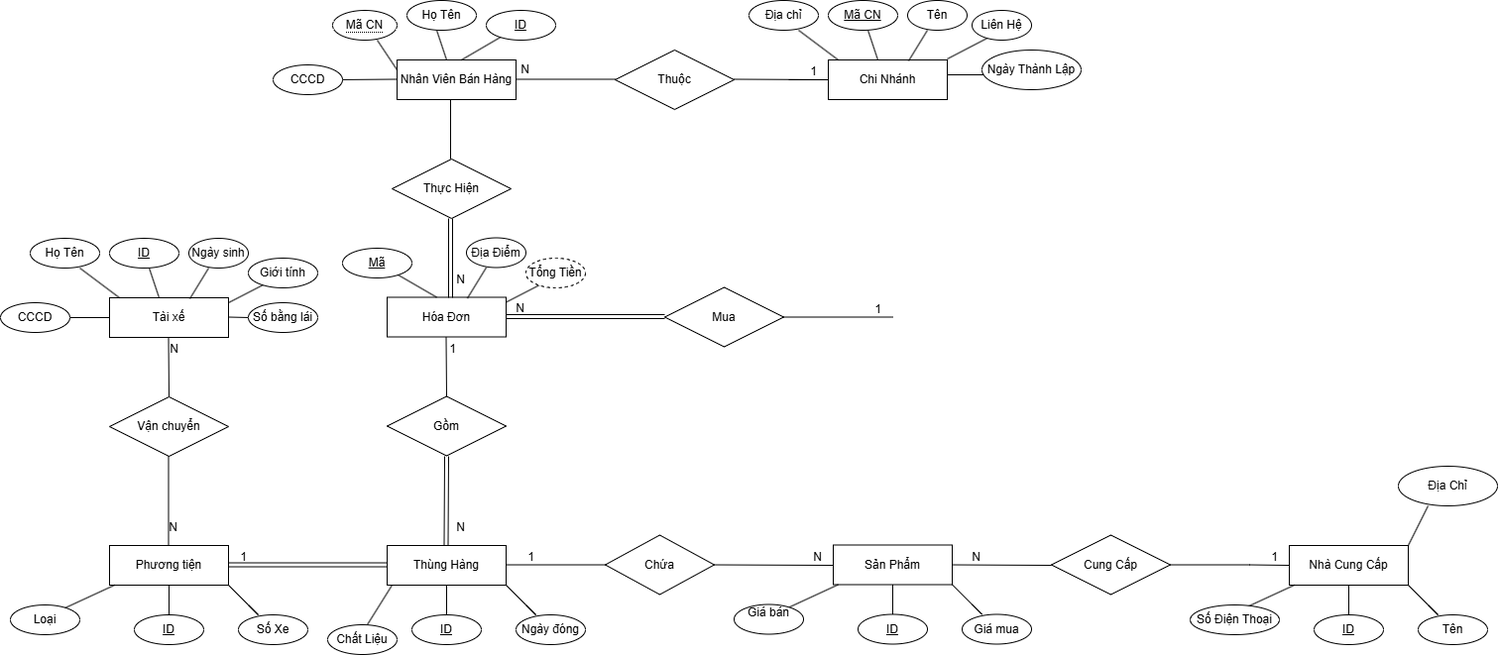
Before: Biểu đồ không có tiêu đề.drawio.png, a diagram exported from draw.io (Dungnony/08-03). Source tidied: cells renumbered, new cells last; positions are measured from the earlier drawing's top-left corner, leaving out a move shared by most shapes.
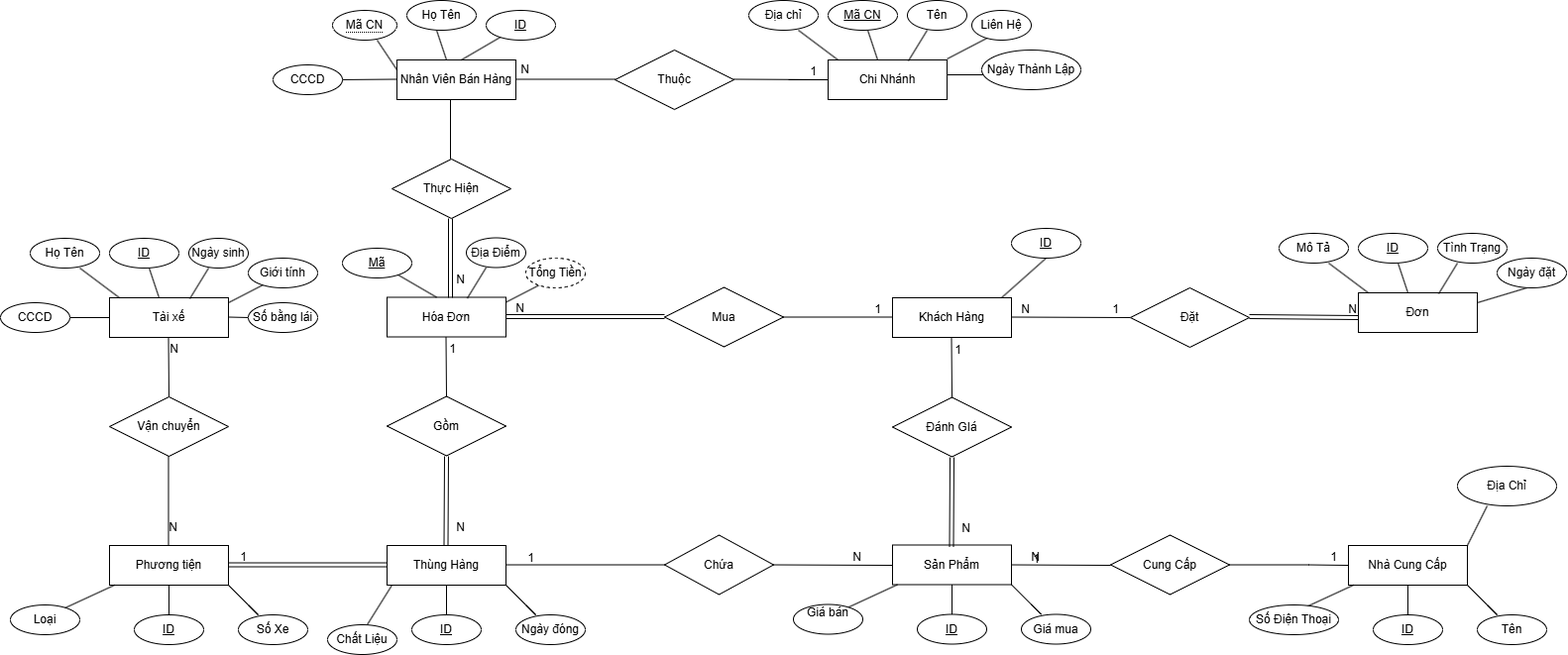
The same diagram one commit later.

Commit message:
Cập nhật Biểu đồ không có tiêu đề.drawio.png

What changed in the source:
```diff
@@ -163,59 +163,58 @@
     </mxCell>
     <mxCell id="38" value="1" style="html=1;whiteSpace=wrap;align=right;verticalAlign=bottom;" parent="37" vertex="1">
       <mxGeometry x="1" relative="1" as="geometry">
-        <mxPoint x="-70" as="offset" />
+        <mxPoint x="-130" y="1" as="offset" />
       </mxGeometry>
     </mxCell>
     <mxCell id="39" value="Chứa" style="shape=rhombus;perimeter=rhombusPerimeter;whiteSpace=wrap;html=1;align=center;" parent="1" vertex="1">
-      <mxGeometry x="610" y="539.5" width="110" height="60" as="geometry" />
+      <mxGeometry x="670" y="539.5" width="110" height="60" as="geometry" />
     </mxCell>
-    <mxCell id="40" style="endArrow=none;html=1;rounded=0;" parent="1" edge="1">
+    <mxCell id="40" style="endArrow=none;html=1;rounded=0;exitX=1;exitY=0.5;exitDx=0;exitDy=0;" parent="1" edge="1" source="39">
       <mxGeometry relative="1" as="geometry">
-        <mxPoint x="720" y="569.5" as="sourcePoint" />
-        <mxPoint x="840" y="570" as="targetPoint" />
+        <mxPoint x="900" y="570" as="targetPoint" />
       </mxGeometry>
     </mxCell>
     <mxCell id="41" value="N" style="html=1;whiteSpace=wrap;align=right;verticalAlign=bottom;" parent="40" vertex="1">
       <mxGeometry x="1" relative="1" as="geometry">
-        <mxPoint x="-10" as="offset" />
+        <mxPoint x="-30" as="offset" />
       </mxGeometry>
     </mxCell>
     <mxCell id="42" value="Sản Phẩm" style="rounded=0;whiteSpace=wrap;html=1;" parent="1" vertex="1">
-      <mxGeometry x="840" y="549.5" width="120" height="40" as="geometry" />
+      <mxGeometry x="900" y="549.5" width="120" height="40" as="geometry" />
     </mxCell>
     <mxCell id="43" style="endArrow=none;html=1;rounded=0;" parent="1" edge="1">
       <mxGeometry relative="1" as="geometry">
-        <mxPoint x="780" y="619.5" as="sourcePoint" />
-        <mxPoint x="845" y="589.5" as="targetPoint" />
+        <mxPoint x="840" y="619.5" as="sourcePoint" />
+        <mxPoint x="905" y="589.5" as="targetPoint" />
       </mxGeometry>
     </mxCell>
     <mxCell id="44" value="Giá bán&lt;div&gt;&lt;br&gt;&lt;/div&gt;" style="ellipse;whiteSpace=wrap;html=1;align=center;" parent="1" vertex="1">
-      <mxGeometry x="740" y="609.5" width="70" height="30" as="geometry" />
+      <mxGeometry x="800" y="609.5" width="70" height="30" as="geometry" />
     </mxCell>
     <mxCell id="45" style="endArrow=none;html=1;rounded=0;entryX=0.5;entryY=1;entryDx=0;entryDy=0;" parent="1" edge="1" target="42">
       <mxGeometry relative="1" as="geometry">
-        <mxPoint x="900" y="619.5" as="sourcePoint" />
+        <mxPoint x="960" y="619.5" as="sourcePoint" />
       </mxGeometry>
     </mxCell>
     <mxCell id="46" value="ID" style="ellipse;whiteSpace=wrap;html=1;align=center;fontStyle=4;" parent="1" vertex="1">
-      <mxGeometry x="865" y="619.5" width="70" height="30" as="geometry" />
+      <mxGeometry x="925" y="619.5" width="70" height="30" as="geometry" />
     </mxCell>
     <mxCell id="47" style="endArrow=none;html=1;rounded=0;entryX=1;entryY=1;entryDx=0;entryDy=0;" parent="1" edge="1" target="42">
       <mxGeometry relative="1" as="geometry">
-        <mxPoint x="980" y="609.5" as="sourcePoint" />
+        <mxPoint x="1040" y="609.5" as="sourcePoint" />
         <Array as="points">
-          <mxPoint x="990" y="619.5" />
-          <mxPoint x="980" y="609.5" />
+          <mxPoint x="1050" y="619.5" />
+          <mxPoint x="1040" y="609.5" />
         </Array>
       </mxGeometry>
     </mxCell>
     <mxCell id="48" value="Giá mua" style="ellipse;whiteSpace=wrap;html=1;align=center;" parent="1" vertex="1">
-      <mxGeometry x="970" y="619.5" width="70" height="30" as="geometry" />
+      <mxGeometry x="1030" y="619.5" width="70" height="30" as="geometry" />
     </mxCell>
     <mxCell id="49" style="endArrow=none;html=1;rounded=0;" parent="1" edge="1">
       <mxGeometry relative="1" as="geometry">
-        <mxPoint x="960" y="569.5" as="sourcePoint" />
-        <mxPoint x="1060" y="570" as="targetPoint" />
+        <mxPoint x="1020" y="569.5" as="sourcePoint" />
+        <mxPoint x="1120" y="570" as="targetPoint" />
       </mxGeometry>
     </mxCell>
     <mxCell id="50" value="N" style="html=1;whiteSpace=wrap;align=right;verticalAlign=bottom;" parent="49" vertex="1">
@@ -224,14 +223,14 @@
       </mxGeometry>
     </mxCell>
     <mxCell id="51" value="Cung Cấp" style="shape=rhombus;perimeter=rhombusPerimeter;whiteSpace=wrap;html=1;align=center;" parent="1" vertex="1">
-      <mxGeometry x="1060" y="539.5" width="120" height="60" as="geometry" />
+      <mxGeometry x="1120" y="539.5" width="120" height="60" as="geometry" />
     </mxCell>
     <mxCell id="52" style="endArrow=none;html=1;rounded=0;" parent="1" edge="1">
       <mxGeometry relative="1" as="geometry">
-        <mxPoint x="1180" y="569.5" as="sourcePoint" />
-        <mxPoint x="1300" y="570" as="targetPoint" />
+        <mxPoint x="1240" y="569.5" as="sourcePoint" />
+        <mxPoint x="1360" y="570" as="targetPoint" />
         <Array as="points">
-          <mxPoint x="1260" y="569.5" />
+          <mxPoint x="1320" y="569.5" />
         </Array>
       </mxGeometry>
     </mxCell>
@@ -241,47 +240,47 @@
       </mxGeometry>
     </mxCell>
     <mxCell id="54" style="html=1;whiteSpace=wrap;align=right;verticalAlign=bottom;" parent="1" vertex="1">
-      <mxGeometry x="1369.5" y="540" as="geometry" />
+      <mxGeometry x="1429.5" y="540" as="geometry" />
     </mxCell>
     <mxCell id="55" value="Nhà Cung Cấp" style="rounded=0;whiteSpace=wrap;html=1;" parent="1" vertex="1">
-      <mxGeometry x="1300" y="550" width="120" height="40" as="geometry" />
+      <mxGeometry x="1360" y="550" width="120" height="40" as="geometry" />
     </mxCell>
     <mxCell id="56" style="endArrow=none;html=1;rounded=0;" parent="1" edge="1">
       <mxGeometry relative="1" as="geometry">
-        <mxPoint x="1240" y="620" as="sourcePoint" />
-        <mxPoint x="1305" y="590" as="targetPoint" />
+        <mxPoint x="1300" y="620" as="sourcePoint" />
+        <mxPoint x="1365" y="590" as="targetPoint" />
       </mxGeometry>
     </mxCell>
     <mxCell id="57" value="Số Điện Thoại" style="ellipse;whiteSpace=wrap;html=1;align=center;" parent="1" vertex="1">
-      <mxGeometry x="1200" y="610" width="90" height="30" as="geometry" />
+      <mxGeometry x="1260" y="610" width="90" height="30" as="geometry" />
     </mxCell>
     <mxCell id="58" style="endArrow=none;html=1;rounded=0;entryX=0.5;entryY=1;entryDx=0;entryDy=0;" parent="1" edge="1" target="55">
       <mxGeometry relative="1" as="geometry">
-        <mxPoint x="1360" y="620" as="sourcePoint" />
+        <mxPoint x="1420" y="620" as="sourcePoint" />
       </mxGeometry>
     </mxCell>
     <mxCell id="59" value="ID" style="ellipse;whiteSpace=wrap;html=1;align=center;fontStyle=4;" parent="1" vertex="1">
-      <mxGeometry x="1325" y="620" width="70" height="30" as="geometry" />
+      <mxGeometry x="1385" y="620" width="70" height="30" as="geometry" />
     </mxCell>
     <mxCell id="60" style="endArrow=none;html=1;rounded=0;entryX=1;entryY=1;entryDx=0;entryDy=0;" parent="1" edge="1" target="55">
       <mxGeometry relative="1" as="geometry">
-        <mxPoint x="1440" y="610" as="sourcePoint" />
+        <mxPoint x="1500" y="610" as="sourcePoint" />
         <Array as="points">
-          <mxPoint x="1450" y="620" />
-          <mxPoint x="1440" y="610" />
+          <mxPoint x="1510" y="620" />
+          <mxPoint x="1500" y="610" />
         </Array>
       </mxGeometry>
     </mxCell>
     <mxCell id="61" value="Tên" style="ellipse;whiteSpace=wrap;html=1;align=center;" parent="1" vertex="1">
-      <mxGeometry x="1430" y="620" width="70" height="30" as="geometry" />
+      <mxGeometry x="1490" y="620" width="70" height="30" as="geometry" />
     </mxCell>
     <mxCell id="62" value="Địa Chỉ" style="ellipse;whiteSpace=wrap;html=1;align=center;" parent="1" vertex="1">
-      <mxGeometry x="1410" y="470" width="100" height="40" as="geometry" />
+      <mxGeometry x="1470" y="470" width="100" height="40" as="geometry" />
     </mxCell>
     <mxCell id="63" style="endArrow=none;html=1;rounded=0;exitX=0.675;exitY=0.025;exitDx=0;exitDy=0;exitPerimeter=0;" parent="1" edge="1">
       <mxGeometry relative="1" as="geometry">
-        <mxPoint x="1420" y="550" as="sourcePoint" />
-        <mxPoint x="1440" y="510" as="targetPoint" />
+        <mxPoint x="1480" y="550" as="sourcePoint" />
+        <mxPoint x="1500" y="510" as="targetPoint" />
       </mxGeometry>
     </mxCell>
     <mxCell id="64" value="Hóa Đơn" style="rounded=0;whiteSpace=wrap;html=1;" parent="1" vertex="1">
@@ -502,5 +501,111 @@
         <mxPoint x="-10" as="offset" />
       </mxGeometry>
     </mxCell>
+    <mxCell id="112" value="Khách Hàng" style="rounded=0;whiteSpace=wrap;html=1;" parent="1" vertex="1">
+      <mxGeometry x="900" y="300" width="120" height="40" as="geometry" />
+    </mxCell>
+    <mxCell id="113" style="endArrow=none;html=1;rounded=0;" parent="1" edge="1">
+      <mxGeometry relative="1" as="geometry">
+        <mxPoint x="1010" y="300" as="sourcePoint" />
+        <mxPoint x="1055" y="260" as="targetPoint" />
+      </mxGeometry>
+    </mxCell>
+    <mxCell id="114" value="ID" style="ellipse;whiteSpace=wrap;html=1;align=center;fontStyle=4;" parent="1" vertex="1">
+      <mxGeometry x="1020" y="230" width="70" height="30" as="geometry" />
+    </mxCell>
+    <mxCell id="115" style="endArrow=none;html=1;rounded=0;" parent="1" edge="1">
+      <mxGeometry relative="1" as="geometry">
+        <mxPoint x="1020" y="319.5" as="sourcePoint" />
+        <mxPoint x="1140" y="320" as="targetPoint" />
+      </mxGeometry>
+    </mxCell>
+    <mxCell id="116" value="1" style="html=1;whiteSpace=wrap;align=right;verticalAlign=bottom;" parent="115" vertex="1">
+      <mxGeometry x="1" relative="1" as="geometry">
+        <mxPoint x="-10" as="offset" />
+      </mxGeometry>
+    </mxCell>
+    <mxCell id="117" value="Đặt" style="shape=rhombus;perimeter=rhombusPerimeter;whiteSpace=wrap;html=1;align=center;" parent="1" vertex="1">
+      <mxGeometry x="1140" y="290" width="120" height="60" as="geometry" />
+    </mxCell>
+    <mxCell id="118" style="shape=link;html=1;rounded=0;" parent="1" edge="1">
+      <mxGeometry relative="1" as="geometry">
+        <mxPoint x="1260" y="319" as="sourcePoint" />
+        <mxPoint x="1370" y="320" as="targetPoint" />
+      </mxGeometry>
+    </mxCell>
+    <mxCell id="119" value="N" style="html=1;whiteSpace=wrap;align=right;verticalAlign=bottom;" parent="118" vertex="1">
+      <mxGeometry x="1" relative="1" as="geometry" />
+    </mxCell>
+    <mxCell id="120" value="Đơn" style="rounded=0;whiteSpace=wrap;html=1;" parent="1" vertex="1">
+      <mxGeometry x="1370" y="295" width="120" height="40" as="geometry" />
+    </mxCell>
+    <mxCell id="121" style="endArrow=none;html=1;rounded=0;exitX=0.675;exitY=0.025;exitDx=0;exitDy=0;exitPerimeter=0;" parent="1" edge="1" source="120">
+      <mxGeometry relative="1" as="geometry">
+        <mxPoint x="1470" y="265" as="targetPoint" />
+      </mxGeometry>
+    </mxCell>
+    <mxCell id="122" value="Tình Trạng" style="ellipse;whiteSpace=wrap;html=1;align=center;rotation=0;" parent="1" vertex="1">
+      <mxGeometry x="1450" y="235" width="70" height="30" as="geometry" />
+    </mxCell>
+    <mxCell id="123" style="endArrow=none;html=1;rounded=0;" parent="1" edge="1">
+      <mxGeometry relative="1" as="geometry">
+        <mxPoint x="1380" y="295" as="sourcePoint" />
+        <mxPoint x="1340" y="265" as="targetPoint" />
+      </mxGeometry>
+    </mxCell>
+    <mxCell id="124" value="Mô Tả" style="ellipse;whiteSpace=wrap;html=1;align=center;" parent="1" vertex="1">
+      <mxGeometry x="1290" y="235" width="70" height="30" as="geometry" />
+    </mxCell>
+    <mxCell id="125" style="endArrow=none;html=1;rounded=0;" parent="1" edge="1" target="126">
+      <mxGeometry relative="1" as="geometry">
+        <mxPoint x="1420" y="295" as="sourcePoint" />
+      </mxGeometry>
+    </mxCell>
+    <mxCell id="126" value="ID" style="ellipse;whiteSpace=wrap;html=1;align=center;fontStyle=4;" parent="1" vertex="1">
+      <mxGeometry x="1370" y="235" width="70" height="30" as="geometry" />
+    </mxCell>
+    <mxCell id="127" style="endArrow=none;html=1;rounded=0;" parent="1" edge="1">
+      <mxGeometry relative="1" as="geometry">
+        <mxPoint x="1490" y="305" as="sourcePoint" />
+        <mxPoint x="1540" y="290" as="targetPoint" />
+      </mxGeometry>
+    </mxCell>
+    <mxCell id="128" value="Ngày đặt" style="ellipse;whiteSpace=wrap;html=1;align=center;" parent="1" vertex="1">
+      <mxGeometry x="1510" y="260" width="70" height="30" as="geometry" />
+    </mxCell>
+    <mxCell id="129" style="html=1;whiteSpace=wrap;align=right;verticalAlign=bottom;" parent="1" vertex="1">
+      <mxGeometry x="969.5" y="541" as="geometry" />
+    </mxCell>
+    <mxCell id="130" value="1" style="html=1;whiteSpace=wrap;align=right;verticalAlign=bottom;" parent="1" vertex="1">
+      <mxGeometry x="1050" y="571.5" as="geometry" />
+    </mxCell>
+    <mxCell id="131" style="endArrow=none;html=1;rounded=0;" parent="1" edge="1">
+      <mxGeometry relative="1" as="geometry">
+        <mxPoint x="960" y="400.5" as="sourcePoint" />
+        <mxPoint x="959.5" y="340.5" as="targetPoint" />
+      </mxGeometry>
+    </mxCell>
+    <mxCell id="132" value="1" style="html=1;whiteSpace=wrap;align=right;verticalAlign=bottom;" parent="131" vertex="1">
+      <mxGeometry x="1" relative="1" as="geometry">
+        <mxPoint x="11" y="20" as="offset" />
+      </mxGeometry>
+    </mxCell>
+    <mxCell id="133" value="Đánh GIá" style="shape=rhombus;perimeter=rhombusPerimeter;whiteSpace=wrap;html=1;align=center;" parent="1" vertex="1">
+      <mxGeometry x="900" y="400.5" width="120" height="60" as="geometry" />
+    </mxCell>
+    <mxCell id="134" style="shape=link;html=1;rounded=0;" parent="1" edge="1">
+      <mxGeometry relative="1" as="geometry">
+        <mxPoint x="959.5" y="551" as="sourcePoint" />
+        <mxPoint x="960" y="461" as="targetPoint" />
+      </mxGeometry>
+    </mxCell>
+    <mxCell id="135" value="N" style="html=1;whiteSpace=wrap;align=right;verticalAlign=bottom;" parent="134" vertex="1">
+      <mxGeometry x="1" relative="1" as="geometry">
+        <mxPoint x="20" y="80" as="offset" />
+      </mxGeometry>
+    </mxCell>
+    <mxCell id="136" value="N" style="html=1;whiteSpace=wrap;align=right;verticalAlign=bottom;" parent="1" vertex="1">
+      <mxGeometry x="1040" y="320" as="geometry" />
+    </mxCell>
   </root>
 </mxGraphModel>
```
